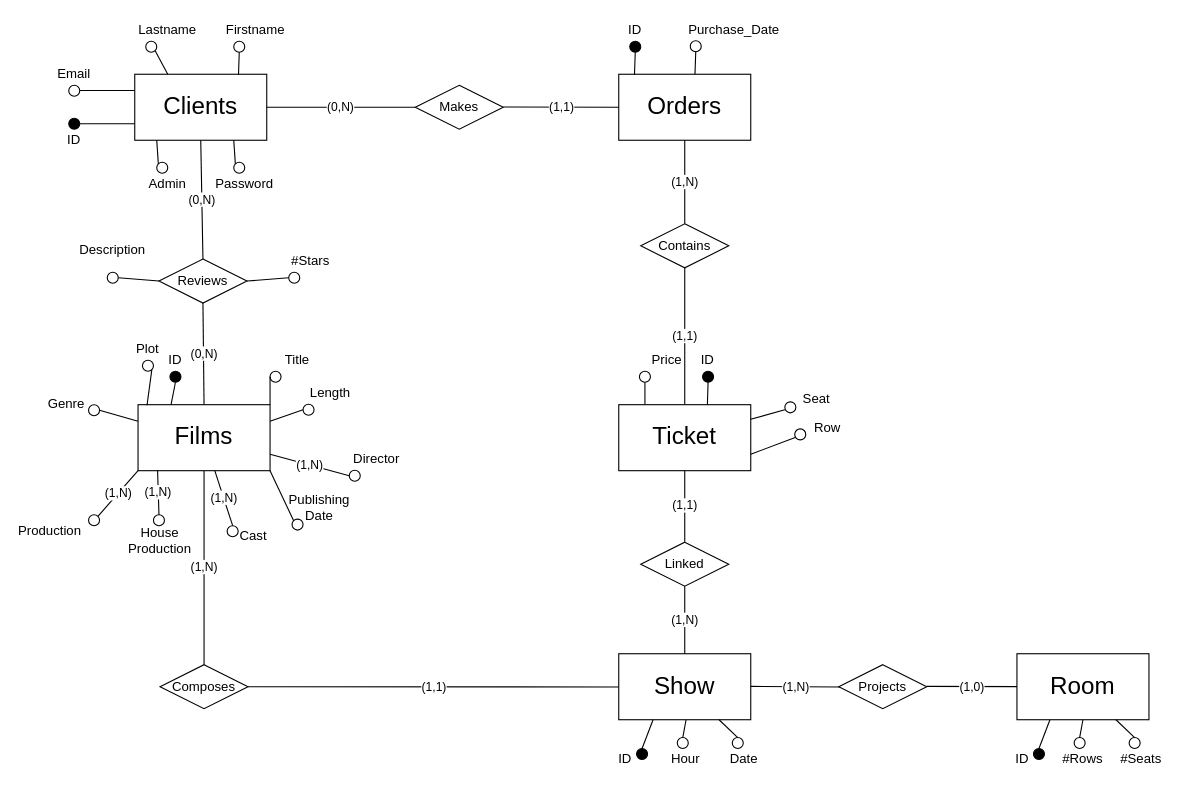
Earlier version of the draw.io diagram Sql/UniCinema.drawio (BlooDMasK/UniCinema). Source tidied: cells renumbered, new cells numbered last; positions are measured from the earlier drawing's top-left corner, leaving out a move shared by most shapes. Both pictures are drawn from the tidied source at 110%, with x=0, y=0 at pixel (28, 19).
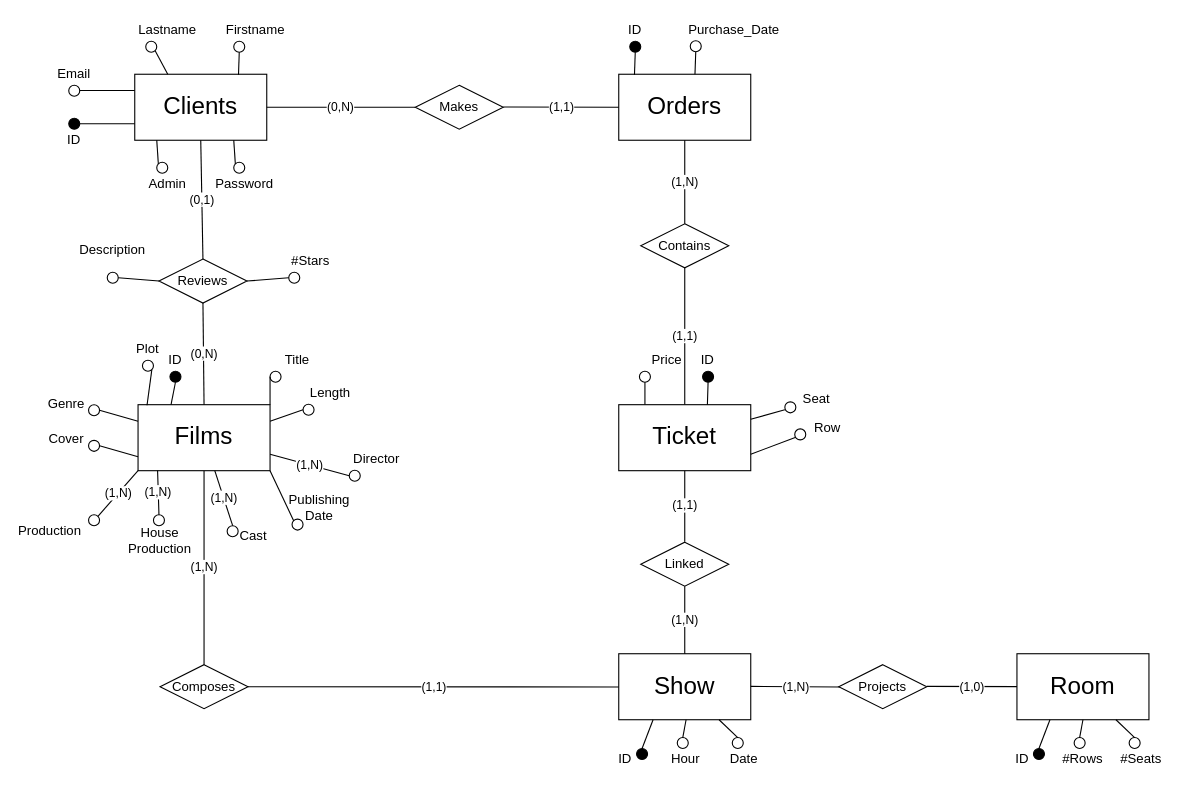
After the change.

Commit message:
sql: update schema ER

- Modificata cardinalità della relazione Reviews
- Aggiunto attributo Cover all'entità Films

The change refers to these unchanged cells:
```xml
<mxCell id="2" value="&lt;font style=&quot;font-size: 22px&quot;&gt;Clients&lt;/font&gt;" style="rounded=0;whiteSpace=wrap;html=1;" parent="1" vertex="1">
  <mxGeometry x="97" y="50" width="120" height="60" as="geometry" />
</mxCell>
<mxCell id="82" value="Reviews" style="rhombus;whiteSpace=wrap;html=1;fillColor=none;" parent="1" vertex="1">
  <mxGeometry x="119" y="218" width="80" height="40" as="geometry" />
</mxCell>
```

What changed in the source:
```diff
@@
-    <mxCell id="84" value="(0,N)" style="endArrow=none;html=1;entryX=0.5;entryY=1;entryDx=0;entryDy=0;exitX=0.5;exitY=0;exitDx=0;exitDy=0;" parent="1" edge="1" source="82" target="2">
+    <mxCell id="84" value="(0,1)" style="endArrow=none;html=1;entryX=0.5;entryY=1;entryDx=0;entryDy=0;exitX=0.5;exitY=0;exitDx=0;exitDy=0;" parent="1" edge="1" source="82" target="2">
       <mxGeometry relative="1" as="geometry" />
     </mxCell>
@@
+    <mxCell id="116" style="ellipse;whiteSpace=wrap;html=1;fillColor=none;" parent="1" vertex="1">
+      <mxGeometry x="55" y="382.8" width="10" height="10" as="geometry" />
+    </mxCell>
+    <mxCell id="117" value="Cover" style="text;html=1;strokeColor=none;fillColor=none;align=center;verticalAlign=middle;whiteSpace=wrap;rounded=0;" parent="1" vertex="1">
+      <mxGeometry x="15" y="372.4" width="40" height="20" as="geometry" />
+    </mxCell>
+    <mxCell id="118" style="endArrow=none;html=1;entryX=1;entryY=0.5;entryDx=0;entryDy=0;exitX=0;exitY=0.25;exitDx=0;exitDy=0;" parent="1" edge="1" target="116">
+      <mxGeometry relative="1" as="geometry">
+        <mxPoint x="100" y="397.8" as="sourcePoint" />
+      </mxGeometry>
+    </mxCell>
```
